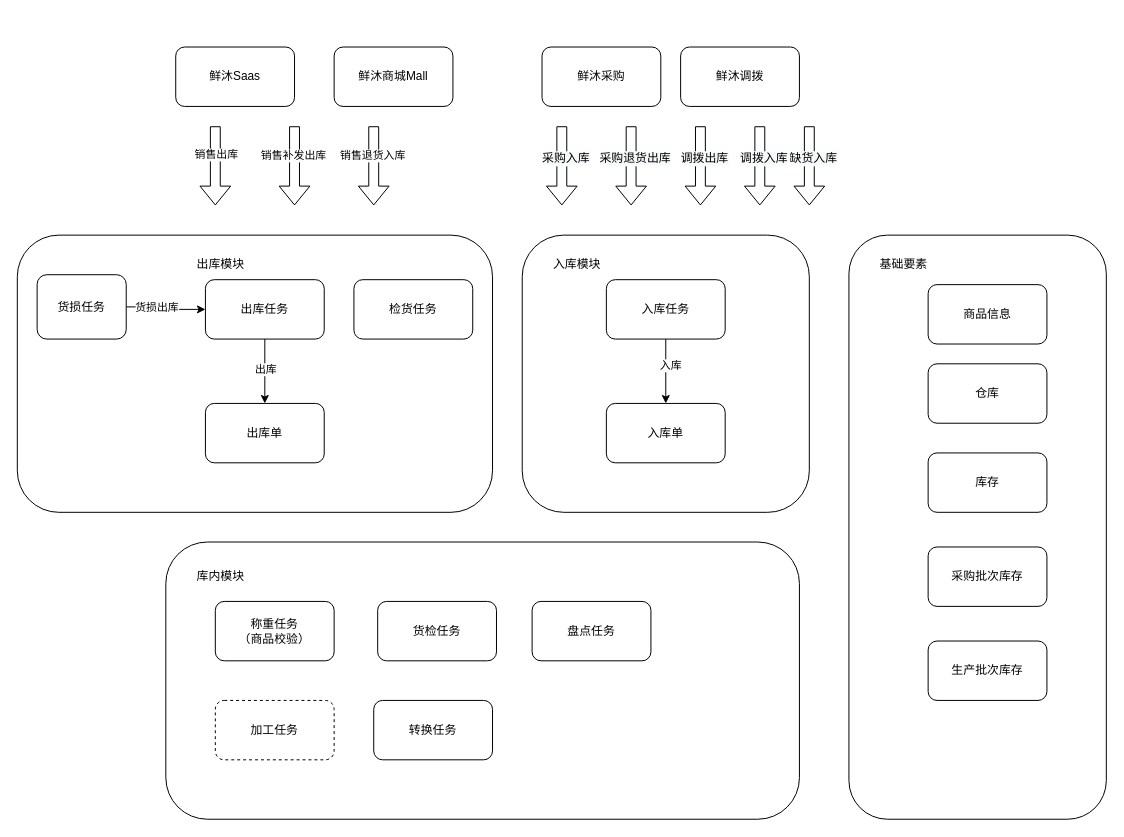
Earlier version of the draw.io diagram draw.io/xianmuwms.drawio (zzqfsy/zzqfsy.github.io). Source tidied: cells renumbered, new cells numbered last; positions are measured from the earlier drawing's top-left corner, leaving out a move shared by most shapes. Both pictures are drawn from the tidied source at 99%, with x=0, y=0 at pixel (17, 47).
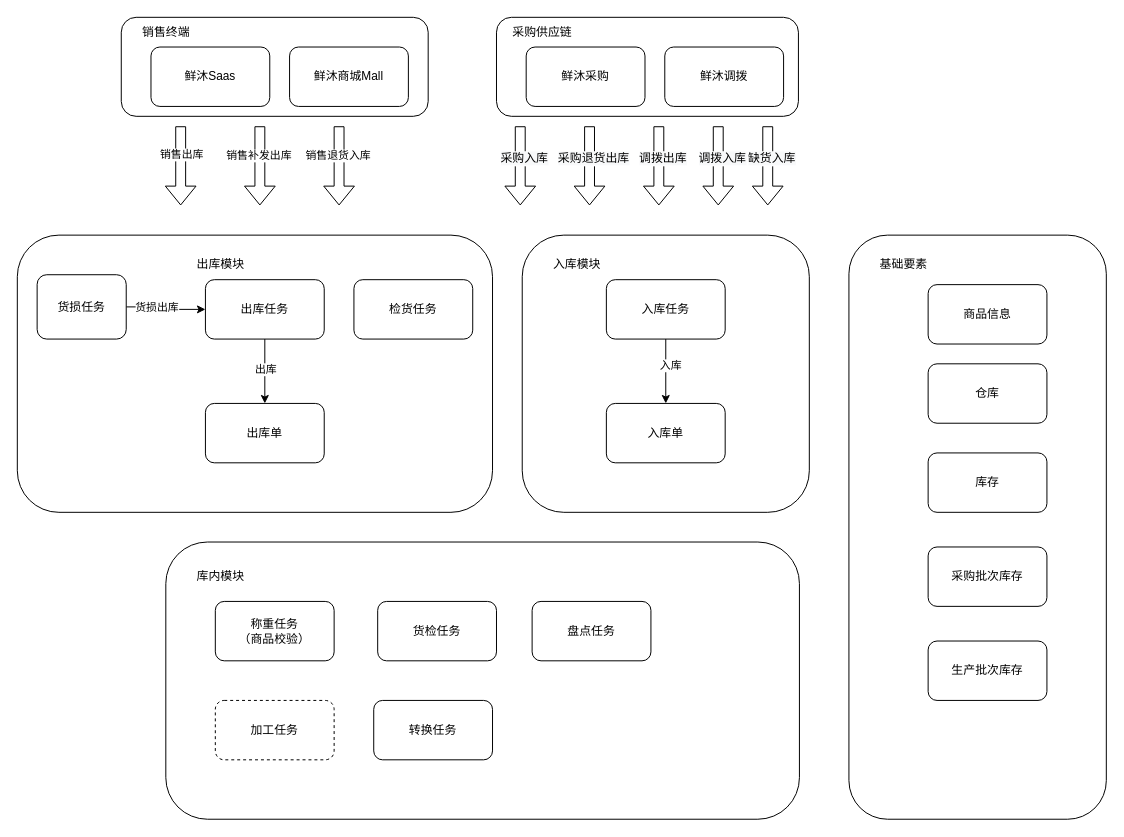
After the change.

Diff of the diagram source:
```diff
@@
+    <mxCell id="52" style="rounded=1;whiteSpace=wrap;html=1;" parent="1" vertex="1">
+      <mxGeometry x="484" y="-30" width="305" height="100" as="geometry" />
+    </mxCell>
+    <mxCell id="53" style="rounded=1;whiteSpace=wrap;html=1;" parent="1" vertex="1">
+      <mxGeometry x="105" y="-30" width="310" height="100" as="geometry" />
+    </mxCell>
@@
     <mxCell id="3" value="鲜沐Saas" style="rounded=1;whiteSpace=wrap;html=1;" parent="1" vertex="1">
-      <mxGeometry x="160" width="120" height="60" as="geometry" />
+      <mxGeometry x="135" width="120" height="60" as="geometry" />
     </mxCell>
     <mxCell id="4" value="鲜沐商城Mall" style="rounded=1;whiteSpace=wrap;html=1;" parent="1" vertex="1">
-      <mxGeometry x="320" width="120" height="60" as="geometry" />
+      <mxGeometry x="275" width="120" height="60" as="geometry" />
     </mxCell>
     <mxCell id="5" value="鲜沐采购" style="rounded=1;whiteSpace=wrap;html=1;" parent="1" vertex="1">
-      <mxGeometry x="530" width="120" height="60" as="geometry" />
+      <mxGeometry x="514" width="120" height="60" as="geometry" />
     </mxCell>
     <mxCell id="6" value="鲜沐调拨" style="rounded=1;whiteSpace=wrap;html=1;" parent="1" vertex="1">
-      <mxGeometry x="670" width="120" height="60" as="geometry" />
+      <mxGeometry x="654" width="120" height="60" as="geometry" />
     </mxCell>
@@
     <mxCell id="18" style="shape=flexArrow;endArrow=classic;html=1;rounded=0;" parent="1" edge="1">
       <mxGeometry relative="1" as="geometry">
-        <mxPoint x="200" y="80" as="sourcePoint" />
-        <mxPoint x="200" y="160" as="targetPoint" />
+        <mxPoint x="165" y="80" as="sourcePoint" />
+        <mxPoint x="165" y="160" as="targetPoint" />
       </mxGeometry>
     </mxCell>
@@
     <mxCell id="20" style="shape=flexArrow;endArrow=classic;html=1;rounded=0;" parent="1" edge="1">
       <mxGeometry relative="1" as="geometry">
-        <mxPoint x="280" y="80" as="sourcePoint" />
-        <mxPoint x="280" y="160" as="targetPoint" />
+        <mxPoint x="245" y="80" as="sourcePoint" />
+        <mxPoint x="245" y="160" as="targetPoint" />
       </mxGeometry>
     </mxCell>
@@
     <mxCell id="22" style="shape=flexArrow;endArrow=classic;html=1;rounded=0;" parent="1" edge="1">
       <mxGeometry relative="1" as="geometry">
-        <mxPoint x="550" y="80" as="sourcePoint" />
-        <mxPoint x="550" y="160" as="targetPoint" />
+        <mxPoint x="508" y="80" as="sourcePoint" />
+        <mxPoint x="508" y="160" as="targetPoint" />
       </mxGeometry>
     </mxCell>
@@
     <mxCell id="24" style="shape=flexArrow;endArrow=classic;html=1;rounded=0;" parent="1" edge="1">
       <mxGeometry relative="1" as="geometry">
-        <mxPoint x="360" y="80" as="sourcePoint" />
-        <mxPoint x="360" y="160" as="targetPoint" />
+        <mxPoint x="325" y="80" as="sourcePoint" />
+        <mxPoint x="325" y="160" as="targetPoint" />
       </mxGeometry>
     </mxCell>
@@
     <mxCell id="26" style="shape=flexArrow;endArrow=classic;html=1;rounded=0;" parent="1" edge="1">
       <mxGeometry relative="1" as="geometry">
-        <mxPoint x="620" y="80" as="sourcePoint" />
-        <mxPoint x="620" y="160" as="targetPoint" />
+        <mxPoint x="578" y="80" as="sourcePoint" />
+        <mxPoint x="578" y="160" as="targetPoint" />
       </mxGeometry>
     </mxCell>
@@
     <mxCell id="28" style="shape=flexArrow;endArrow=classic;html=1;rounded=0;" parent="1" edge="1">
       <mxGeometry relative="1" as="geometry">
-        <mxPoint x="690" y="80" as="sourcePoint" />
-        <mxPoint x="690" y="160" as="targetPoint" />
+        <mxPoint x="648" y="80" as="sourcePoint" />
+        <mxPoint x="648" y="160" as="targetPoint" />
       </mxGeometry>
     </mxCell>
@@
     <mxCell id="30" style="shape=flexArrow;endArrow=classic;html=1;rounded=0;" parent="1" edge="1">
       <mxGeometry relative="1" as="geometry">
-        <mxPoint x="750" y="80" as="sourcePoint" />
-        <mxPoint x="750" y="160" as="targetPoint" />
+        <mxPoint x="708" y="80" as="sourcePoint" />
+        <mxPoint x="708" y="160" as="targetPoint" />
       </mxGeometry>
     </mxCell>
@@
     <mxCell id="36" style="shape=flexArrow;endArrow=classic;html=1;rounded=0;" parent="1" edge="1">
       <mxGeometry relative="1" as="geometry">
-        <mxPoint x="800" y="80" as="sourcePoint" />
-        <mxPoint x="800" y="160" as="targetPoint" />
+        <mxPoint x="758" y="80" as="sourcePoint" />
+        <mxPoint x="758" y="160" as="targetPoint" />
       </mxGeometry>
     </mxCell>
@@
+    <mxCell id="54" value="销售终端" style="text;html=1;align=center;verticalAlign=middle;strokeColor=none;fillColor=none;" parent="1" vertex="1">
+      <mxGeometry x="115" y="-30" width="70" height="30" as="geometry" />
+    </mxCell>
+    <mxCell id="55" value="采购供应链" style="text;html=1;align=center;verticalAlign=middle;strokeColor=none;fillColor=none;" parent="1" vertex="1">
+      <mxGeometry x="490" y="-30" width="80" height="30" as="geometry" />
+    </mxCell>
```
